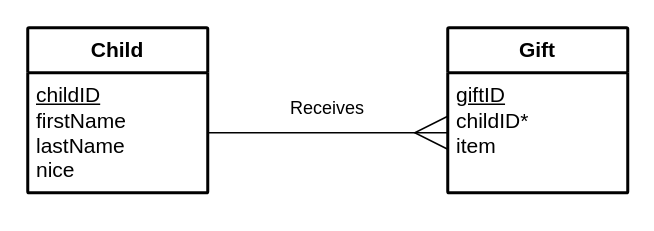
Above: n5/ddd/N5-DDD-Santa-Gifts/assets/Diagrams/N5 DDD Santa.drawio in MrFriendCS/MrFriendCS.github.io (draw.io), before the change. Source tidied: cells renumbered, new cells numbered last; positions are measured from the earlier drawing's top-left corner, leaving out a move shared by most shapes. Both pictures are drawn from the tidied source at 150%, with x=0, y=0 at pixel (27, 27).
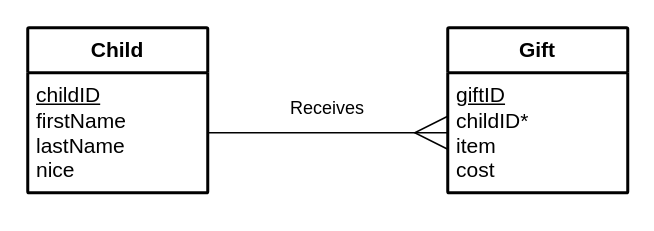
The same diagram, later.

Change to the diagram source:
```diff
@@
 <mxGraphModel>
   <root>
     <mxCell id="0" />
     <mxCell id="1" parent="0" />
     <mxCell id="2" value="&lt;b&gt;Child&lt;/b&gt;" style="swimlane;horizontal=1;startSize=30;rounded=1;fontSize=14;fontStyle=0;strokeWidth=2;shadow=0;dashed=0;align=center;arcSize=1;whiteSpace=wrap;html=1;fillColor=none;" parent="1" vertex="1">
       <mxGeometry width="120" height="110" as="geometry" />
     </mxCell>
     <mxCell id="3" value="&lt;font style=&quot;font-size: 14px;&quot;&gt;&lt;u style=&quot;&quot;&gt;childID&lt;/u&gt;&lt;br&gt;firstName&lt;br&gt;lastName&lt;br&gt;nice&lt;/font&gt;" style="align=left;strokeColor=none;fillColor=none;spacingLeft=4;fontSize=12;verticalAlign=top;html=1;" parent="2" vertex="1">
       <mxGeometry y="30" width="120" height="80" as="geometry" />
     </mxCell>
     <mxCell id="4" style="edgeStyle=orthogonalEdgeStyle;rounded=0;orthogonalLoop=1;jettySize=auto;html=1;exitX=0.5;exitY=1;exitDx=0;exitDy=0;" parent="2" edge="1" source="3" target="3">
       <mxGeometry relative="1" as="geometry" />
     </mxCell>
     <mxCell id="5" value="&lt;b&gt;Gift&lt;/b&gt;" style="swimlane;horizontal=1;startSize=30;rounded=1;fontSize=14;fontStyle=0;strokeWidth=2;shadow=0;dashed=0;align=center;arcSize=1;whiteSpace=wrap;html=1;fillColor=none;" parent="1" vertex="1">
       <mxGeometry x="280" width="120" height="110" as="geometry" />
     </mxCell>
-    <mxCell id="6" value="&lt;font style=&quot;font-size: 14px;&quot;&gt;&lt;u style=&quot;&quot;&gt;giftID&lt;br&gt;&lt;/u&gt;childID*&lt;br&gt;item&lt;/font&gt;" style="align=left;strokeColor=none;fillColor=none;spacingLeft=4;fontSize=12;verticalAlign=top;html=1;" parent="5" vertex="1">
+    <mxCell id="6" value="&lt;font style=&quot;font-size: 14px;&quot;&gt;&lt;u style=&quot;&quot;&gt;giftID&lt;br&gt;&lt;/u&gt;childID*&lt;br&gt;item&lt;/font&gt;&lt;div&gt;&lt;font style=&quot;font-size: 14px;&quot;&gt;cost&lt;/font&gt;&lt;/div&gt;" style="align=left;strokeColor=none;fillColor=none;spacingLeft=4;fontSize=12;verticalAlign=top;html=1;" parent="5" vertex="1">
       <mxGeometry y="30" width="120" height="80" as="geometry" />
     </mxCell>
     <mxCell id="7" style="rounded=0;jettySize=auto;html=1;exitX=1;exitY=0.5;exitDx=0;exitDy=0;entryX=0;entryY=0.5;entryDx=0;entryDy=0;endArrow=ERmany;endFill=0;endSize=20;" parent="1" edge="1" source="3" target="6">
       <mxGeometry relative="1" as="geometry" />
     </mxCell>
     <mxCell id="8" value="Receives" style="text;html=1;align=center;verticalAlign=middle;whiteSpace=wrap;rounded=0;" parent="1" vertex="1">
       <mxGeometry x="170" y="39" width="60" height="30" as="geometry" />
     </mxCell>
   </root>
 </mxGraphModel>
```
